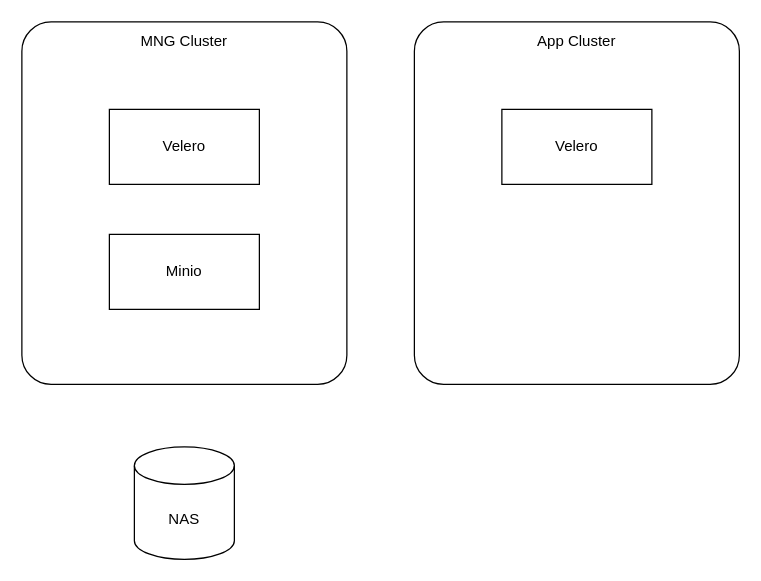
Above: 제목 없는 다이어그램.drawio in mbj0528/drawing (draw.io), before the change. Source tidied: cells renumbered, new cells numbered last; positions are measured from the earlier drawing's top-left corner, leaving out a move shared by most shapes. Both pictures are drawn from the tidied source at 125%, with x=0, y=0 at pixel (21, 21).
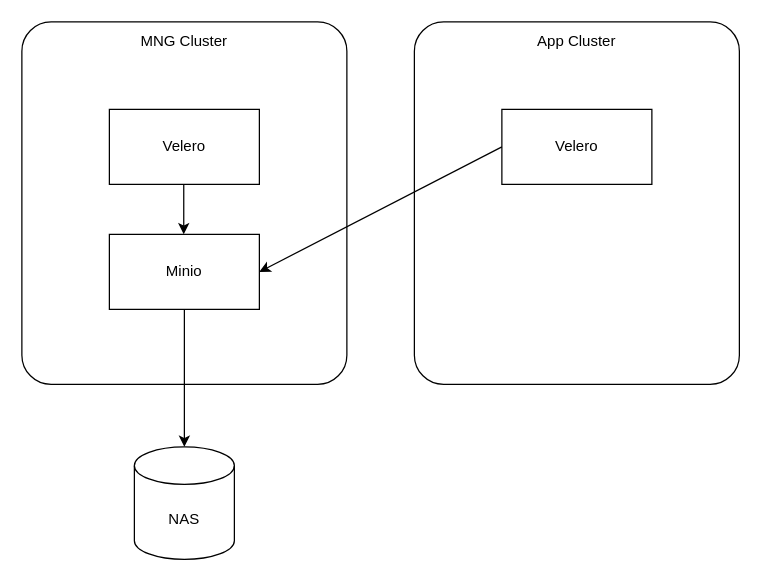
The same diagram, later.

Commit message:
제목 없는 다이어그램.drawio 업데이트

What changed in the source:
```diff
@@
 <mxGraphModel>
   <root>
     <mxCell id="0" />
     <mxCell id="1" parent="0" />
     <mxCell id="2" value="App Cluster&lt;div&gt;&lt;br&gt;&lt;/div&gt;&lt;div&gt;&lt;br&gt;&lt;/div&gt;&lt;div&gt;&lt;br&gt;&lt;/div&gt;&lt;div&gt;&lt;br&gt;&lt;/div&gt;&lt;div&gt;&lt;br&gt;&lt;/div&gt;&lt;div&gt;&lt;br&gt;&lt;/div&gt;&lt;div&gt;&lt;br&gt;&lt;/div&gt;&lt;div&gt;&lt;br&gt;&lt;/div&gt;&lt;div&gt;&lt;br&gt;&lt;/div&gt;&lt;div&gt;&lt;br&gt;&lt;/div&gt;&lt;div&gt;&lt;br&gt;&lt;/div&gt;&lt;div&gt;&lt;br&gt;&lt;/div&gt;&lt;div&gt;&lt;br&gt;&lt;/div&gt;&lt;div&gt;&lt;br&gt;&lt;/div&gt;&lt;div&gt;&lt;br&gt;&lt;/div&gt;&lt;div&gt;&lt;br&gt;&lt;/div&gt;&lt;div&gt;&lt;br&gt;&lt;/div&gt;&lt;div&gt;&lt;br&gt;&lt;/div&gt;" style="rounded=1;whiteSpace=wrap;html=1;arcSize=9;" parent="1" vertex="1">
       <mxGeometry x="314" width="260" height="290" as="geometry" />
     </mxCell>
     <mxCell id="3" value="MNG Cluster&lt;div&gt;&lt;br&gt;&lt;/div&gt;&lt;div&gt;&lt;br&gt;&lt;/div&gt;&lt;div&gt;&lt;br&gt;&lt;/div&gt;&lt;div&gt;&lt;br&gt;&lt;/div&gt;&lt;div&gt;&lt;br&gt;&lt;/div&gt;&lt;div&gt;&lt;br&gt;&lt;/div&gt;&lt;div&gt;&lt;br&gt;&lt;/div&gt;&lt;div&gt;&lt;br&gt;&lt;/div&gt;&lt;div&gt;&lt;br&gt;&lt;/div&gt;&lt;div&gt;&lt;br&gt;&lt;/div&gt;&lt;div&gt;&lt;br&gt;&lt;/div&gt;&lt;div&gt;&lt;br&gt;&lt;/div&gt;&lt;div&gt;&lt;br&gt;&lt;/div&gt;&lt;div&gt;&lt;br&gt;&lt;/div&gt;&lt;div&gt;&lt;br&gt;&lt;/div&gt;&lt;div&gt;&lt;br&gt;&lt;/div&gt;&lt;div&gt;&lt;br&gt;&lt;/div&gt;&lt;div&gt;&lt;br&gt;&lt;/div&gt;" style="rounded=1;whiteSpace=wrap;html=1;arcSize=9;" parent="1" vertex="1">
       <mxGeometry width="260" height="290" as="geometry" />
     </mxCell>
     <mxCell id="4" value="Velero" style="rounded=0;whiteSpace=wrap;html=1;" parent="1" vertex="1">
       <mxGeometry x="70" y="70" width="120" height="60" as="geometry" />
     </mxCell>
     <mxCell id="5" value="Velero" style="rounded=0;whiteSpace=wrap;html=1;" parent="1" vertex="1">
       <mxGeometry x="384" y="70" width="120" height="60" as="geometry" />
     </mxCell>
     <mxCell id="6" value="NAS" style="shape=cylinder3;whiteSpace=wrap;html=1;boundedLbl=1;backgroundOutline=1;size=15;" parent="1" vertex="1">
       <mxGeometry x="90" y="340" width="80" height="90" as="geometry" />
     </mxCell>
     <mxCell id="7" value="Minio" style="rounded=0;whiteSpace=wrap;html=1;" parent="1" vertex="1">
       <mxGeometry x="70" y="170" width="120" height="60" as="geometry" />
     </mxCell>
+    <mxCell id="8" style="endArrow=classic;html=1;rounded=0;" parent="1" edge="1">
+      <mxGeometry relative="1" as="geometry">
+        <mxPoint x="129.5" y="130" as="sourcePoint" />
+        <mxPoint x="129.5" y="170" as="targetPoint" />
+      </mxGeometry>
+    </mxCell>
+    <mxCell id="9" style="endArrow=classic;html=1;rounded=0;entryX=1;entryY=0.5;entryDx=0;entryDy=0;" parent="1" edge="1" target="7">
+      <mxGeometry relative="1" as="geometry">
+        <mxPoint x="384" y="100" as="sourcePoint" />
+      </mxGeometry>
+    </mxCell>
+    <mxCell id="10" style="endArrow=classic;html=1;rounded=0;entryX=0.5;entryY=0;entryDx=0;entryDy=0;entryPerimeter=0;" parent="1" edge="1" source="7" target="6">
+      <mxGeometry relative="1" as="geometry" />
+    </mxCell>
   </root>
 </mxGraphModel>
```
